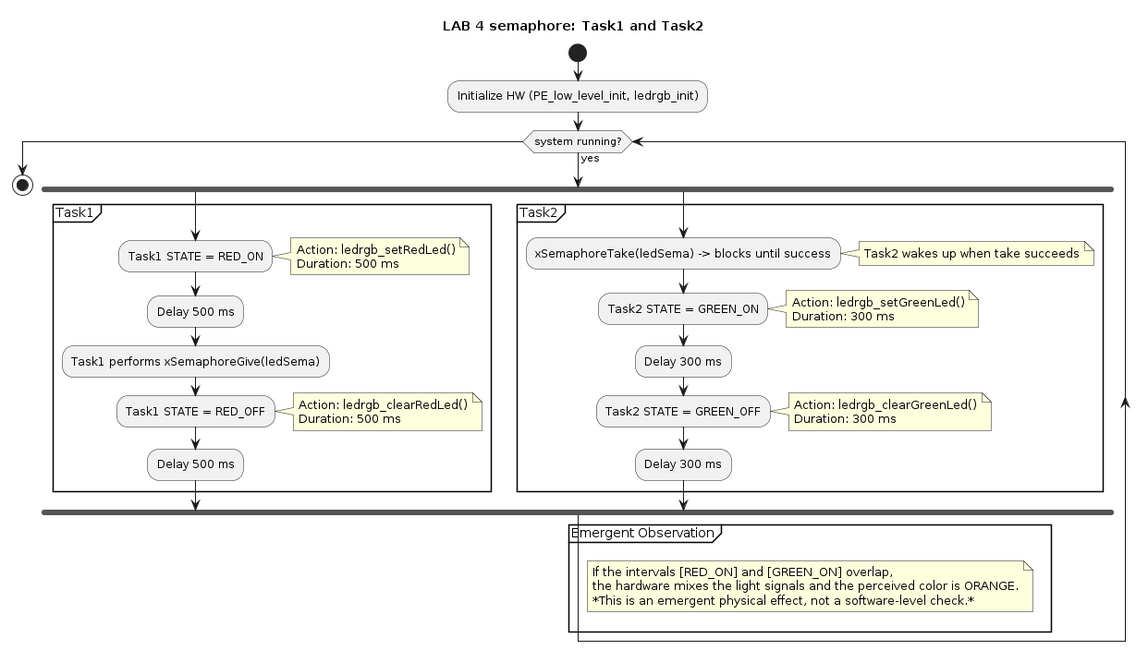
Above: sysml_semaphore.png in juanpedro22/RTO_LAB_FRDMKL25_semaphores-mutex-queues (PlantUML), before the change.
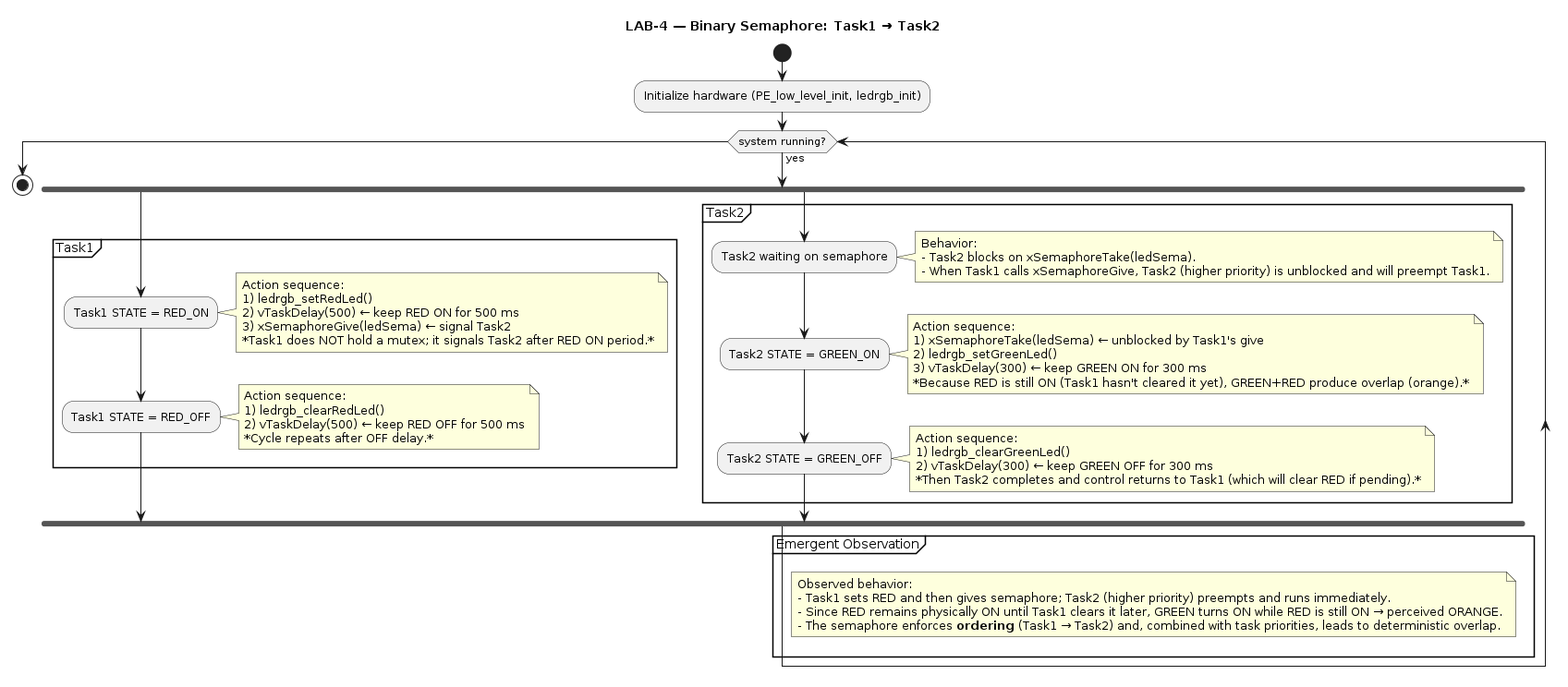
The same diagram one commit later.

Change to the diagram source:
```diff
@@ -1,8 +1,8 @@
 @startuml
-title LAB 4 semaphore: Task1 and Task2
+title LAB-4 — Binary Semaphore: Task1 → Task2
 
 start
-:Initialize HW (PE_low_level_init, ledrgb_init);
+:Initialize hardware (PE_low_level_init, ledrgb_init);
 
 while (system running?) is (yes)
 
@@ -10,46 +10,55 @@
     partition "Task1" {
       :Task1 STATE = RED_ON;
       note right
-        Action: ledrgb_setRedLed()
-        Duration: 500 ms
+        Action sequence:
+        1) ledrgb_setRedLed()
+        2) vTaskDelay(500) ← keep RED ON for 500 ms
+        3) xSemaphoreGive(ledSema) ← signal Task2
+        *Task1 does NOT hold a mutex; it signals Task2 after RED ON period.*
       end note
-      :Delay 500 ms;
-      :Task1 performs xSemaphoreGive(ledSema);
+
       :Task1 STATE = RED_OFF;
       note right
-        Action: ledrgb_clearRedLed()
-        Duration: 500 ms
+        Action sequence:
+        1) ledrgb_clearRedLed()
+        2) vTaskDelay(500) ← keep RED OFF for 500 ms
+        *Cycle repeats after OFF delay.*
       end note
-      :Delay 500 ms;
     }
   fork again
     partition "Task2" {
-      :xSemaphoreTake(ledSema) -> blocks until success;
+      :Task2 waiting on semaphore;
       note right
-        Task2 wakes up when take succeeds
+        Behavior:
+        - Task2 blocks on xSemaphoreTake(ledSema).
+        - When Task1 calls xSemaphoreGive, Task2 (higher priority) is unblocked and will preempt Task1.
       end note
 
       :Task2 STATE = GREEN_ON;
       note right
-        Action: ledrgb_setGreenLed()
-        Duration: 300 ms
+        Action sequence:
+        1) xSemaphoreTake(ledSema) ← unblocked by Task1's give
+        2) ledrgb_setGreenLed()
+        3) vTaskDelay(300) ← keep GREEN ON for 300 ms
+        *Because RED is still ON (Task1 hasn't cleared it yet), GREEN+RED produce overlap (orange).*
       end note
-      :Delay 300 ms;
 
       :Task2 STATE = GREEN_OFF;
       note right
-        Action: ledrgb_clearGreenLed()
-        Duration: 300 ms
+        Action sequence:
+        1) ledrgb_clearGreenLed()
+        2) vTaskDelay(300) ← keep GREEN OFF for 300 ms
+        *Then Task2 completes and control returns to Task1 (which will clear RED if pending).*
       end note
-      :Delay 300 ms;
     }
   end fork
 
   partition "Emergent Observation" {
     note right
-      If the intervals [RED_ON] and [GREEN_ON] overlap,
-      the hardware mixes the light signals and the perceived color is ORANGE.
-      *This is an emergent physical effect, not a software-level check.*
+      Observed behavior:
+      - Task1 sets RED and then gives semaphore; Task2 (higher priority) preempts and runs immediately.
+      - Since RED remains physically ON until Task1 clears it later, GREEN turns ON while RED is still ON → perceived ORANGE.
+      - The semaphore enforces **ordering** (Task1 → Task2) and, combined with task priorities, leads to deterministic overlap.
     end note
   }
 
```
